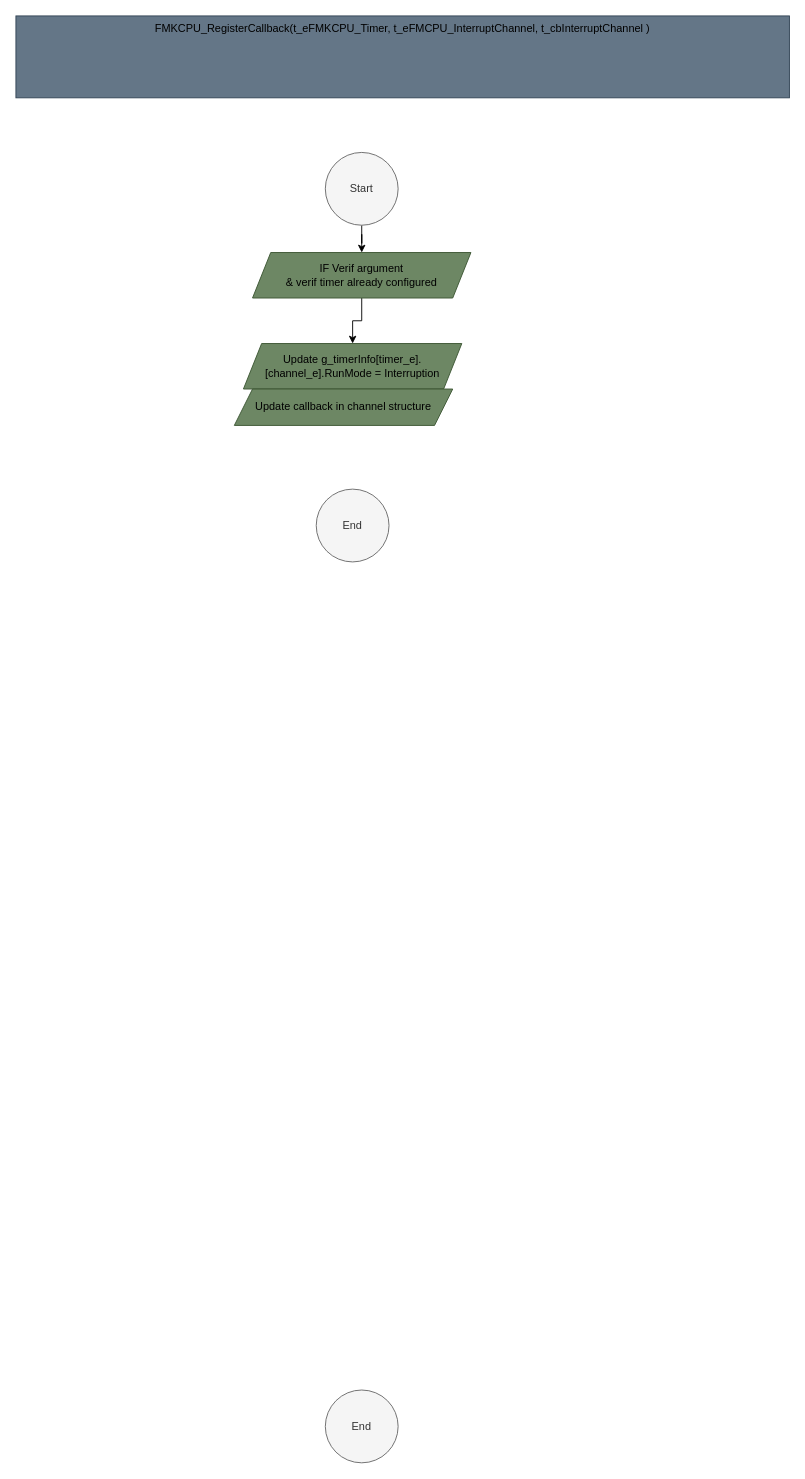
Above: page "Func_AddTimerChannelCallback" (13 of 13) of src/1_FMK/FMK_HAL/FMK_CPU/Doc/FMK_CPU.drawio in mbarbeau0545/Stm32PrjTpl (draw.io), before the change. Source tidied: cells renumbered, new cells numbered last; positions are measured from the earlier drawing's top-left corner, leaving out a move shared by most shapes. Both pictures are drawn from the tidied source at 91%, with x=0, y=0 at pixel (15, 15).
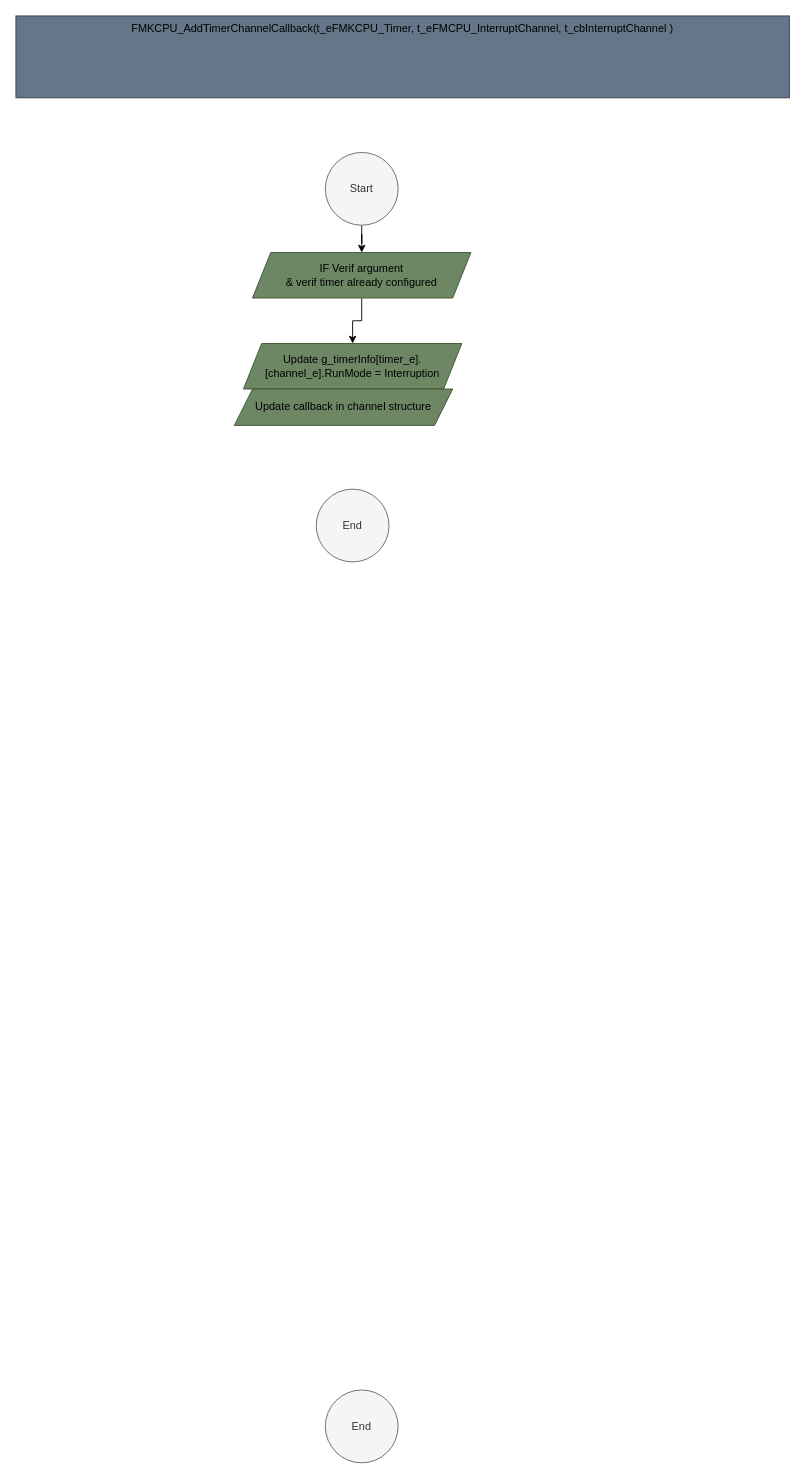
Above is the later version.

Diff of the diagram source:
```diff
@@
 <mxGraphModel>
   <root>
     <mxCell id="0" />
     <mxCell id="1" parent="0" />
-    <mxCell id="2" value="&lt;font style=&quot;color: rgb(0, 0, 0);&quot;&gt;FMKCPU_RegisterCallback(&lt;span style=&quot;text-wrap: nowrap; text-align: left;&quot;&gt;t_eFMKCPU_Timer,&amp;nbsp;&lt;/span&gt;&lt;span style=&quot;text-wrap: nowrap; text-align: left;&quot;&gt;t_eFMCPU_InterruptChannel, t_cbInterruptChannel&lt;/span&gt;&amp;nbsp;&lt;/font&gt;&lt;span style=&quot;color: rgb(0, 0, 0); text-align: left; text-wrap: nowrap; background-color: initial;&quot;&gt;)&lt;/span&gt;" style="rounded=0;whiteSpace=wrap;html=1;fillColor=#647687;fontColor=#ffffff;strokeColor=#314354;verticalAlign=top;" parent="1" vertex="1">
+    <mxCell id="2" value="&lt;font style=&quot;color: rgb(0, 0, 0);&quot;&gt;FMKCPU_AddTimerChannelCallback(&lt;span style=&quot;text-wrap: nowrap; text-align: left;&quot;&gt;t_eFMKCPU_Timer,&amp;nbsp;&lt;/span&gt;&lt;span style=&quot;text-wrap: nowrap; text-align: left;&quot;&gt;t_eFMCPU_InterruptChannel, t_cbInterruptChannel&lt;/span&gt;&amp;nbsp;&lt;/font&gt;&lt;span style=&quot;color: rgb(0, 0, 0); text-align: left; text-wrap: nowrap; background-color: initial;&quot;&gt;)&lt;/span&gt;" style="rounded=0;whiteSpace=wrap;html=1;fillColor=#647687;fontColor=#ffffff;strokeColor=#314354;verticalAlign=top;" parent="1" vertex="1">
       <mxGeometry width="850" height="90" as="geometry" />
     </mxCell>
     <mxCell id="3" style="edgeStyle=orthogonalEdgeStyle;rounded=0;jettySize=auto;html=1;exitX=0.5;exitY=1;exitDx=0;exitDy=0;" parent="1" edge="1" source="4" target="7">
       <mxGeometry relative="1" as="geometry" />
     </mxCell>
     <mxCell id="4" value="Start" style="ellipse;whiteSpace=wrap;html=1;fillColor=#f5f5f5;fontColor=#333333;strokeColor=#666666;" parent="1" vertex="1">
       <mxGeometry x="340" y="150" width="80" height="80" as="geometry" />
     </mxCell>
     <mxCell id="5" value="End" style="ellipse;whiteSpace=wrap;html=1;fillColor=#f5f5f5;fontColor=#333333;strokeColor=#666666;" parent="1" vertex="1">
       <mxGeometry x="340" y="1510" width="80" height="80" as="geometry" />
     </mxCell>
     <mxCell id="6" style="edgeStyle=orthogonalEdgeStyle;rounded=0;jettySize=auto;html=1;exitX=0.5;exitY=1;exitDx=0;exitDy=0;" parent="1" edge="1" source="7" target="8">
       <mxGeometry relative="1" as="geometry" />
     </mxCell>
     <mxCell id="7" value="IF Verif argument&lt;div&gt;&amp;amp; verif timer already configured&lt;/div&gt;" style="shape=parallelogram;perimeter=parallelogramPerimeter;whiteSpace=wrap;html=1;fixedSize=1;fillColor=#6d8764;fontColor=#000000;strokeColor=#3A5431;" parent="1" vertex="1">
       <mxGeometry x="260" y="260" width="240" height="50" as="geometry" />
     </mxCell>
     <mxCell id="8" value="Update g_timerInfo[timer_e].[channel_e].RunMode = Interruption" style="shape=parallelogram;perimeter=parallelogramPerimeter;whiteSpace=wrap;html=1;fixedSize=1;fillColor=#6d8764;fontColor=#000000;strokeColor=#3A5431;" parent="1" vertex="1">
       <mxGeometry x="250" y="360" width="240" height="50" as="geometry" />
     </mxCell>
     <mxCell id="9" value="Update callback in channel structure" style="shape=parallelogram;perimeter=parallelogramPerimeter;whiteSpace=wrap;html=1;fixedSize=1;fillColor=#6d8764;fontColor=#000000;strokeColor=#3A5431;" parent="1" vertex="1">
       <mxGeometry x="240" y="410" width="240" height="40" as="geometry" />
     </mxCell>
     <mxCell id="10" value="End" style="ellipse;whiteSpace=wrap;html=1;fillColor=#f5f5f5;fontColor=#333333;strokeColor=#666666;" parent="1" vertex="1">
       <mxGeometry x="330" y="520" width="80" height="80" as="geometry" />
     </mxCell>
   </root>
 </mxGraphModel>
```
